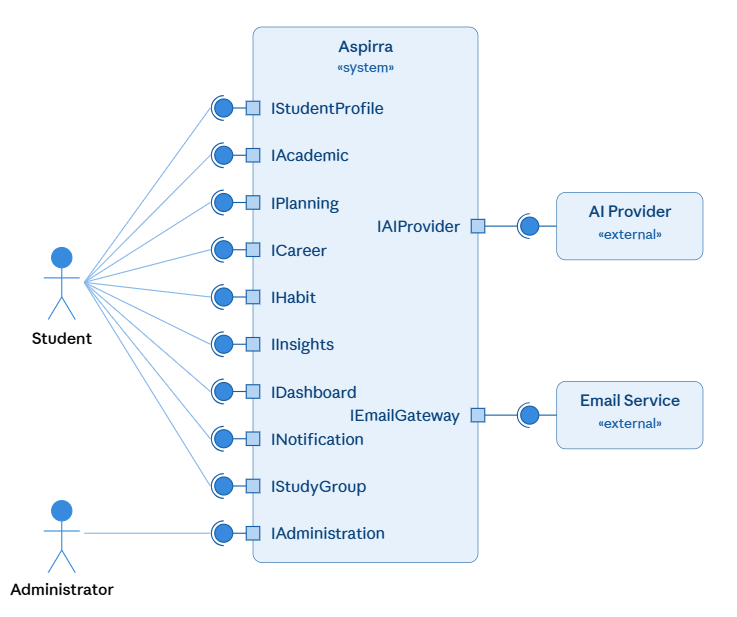
AIU-SoftWave/Aspirra keeps this PlantUML diagram as docs/PM1/Part A — Design/Architecture Diagrams/System Context diagram.png. Above is the earlier version. Its source is kept beside it as docs/PM1/Part A — Design/Architecture Diagrams/System Context diagram.puml. Its diagram source:
```plantuml
@startuml System-Context-Diagram
!include https://raw.githubusercontent.com/plantuml-stdlib/C4-PlantUML/master/C4_Context.puml

LAYOUT_WITH_LEGEND()

title Level 0: System Context Diagram - Aspirra (Student Success & Career Planner)

Person(student, "Student", "Uses Aspirra to manage goals, study plans, schedules, habits, career preparation, and track progress.")
Person(admin, "Administrator", "Manages student accounts, usage statistics, and resolves account issues via the Administration Service.")

System(aspirra, "Aspirra", "A student success and career planner that turns goals into editable plans, schedules, habits, progress tracking, and career preparation. Provides interfaces IStudentProfile, IGoal, ICourse, IAssessment, IGoalPlanner, IStudyPlanner, IScheduling, IAdaptation, ICareer, ISkill, IPortfolio, IJobPrep, IHabit, IAnalytics, IPrediction, ICoach, IDashboard, INotification, IStudyGroup, IAdministration.")

System_Ext(aiProvider, "AI Provider", "External LLM API that provides AI capabilities for plan generation, career roadmaps, coaching, and adaptive planning via IAIProvider.")
System_Ext(emailGateway, "Email Gateway", "External Email Service used to send reminders, warnings, and notifications via IEmailGateway.")

Rel(student, aspirra, "Uses")
Rel(admin, aspirra, "Manages system via")
Rel(aspirra, aiProvider, "Uses AI capabilities via IAIProvider (required)")
Rel(aspirra, emailGateway, "Sends notifications via IEmailGateway (required)")

SHOW_LEGEND()
@enduml
```
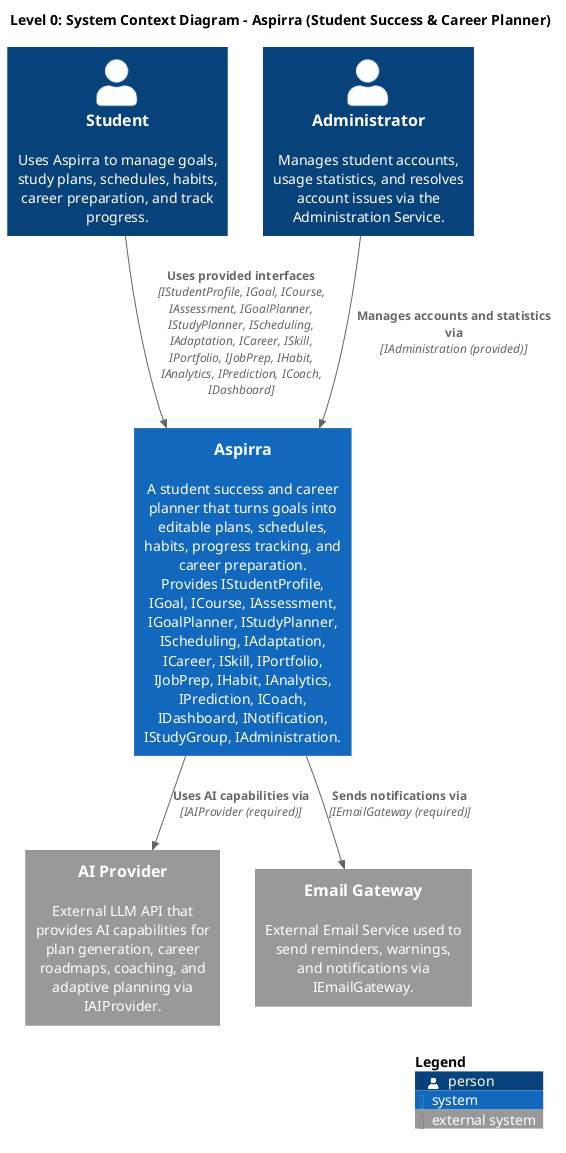
Later version of the same file.

Diff of the diagram source:
```diff
@@ -8,15 +8,15 @@
 Person(student, "Student", "Uses Aspirra to manage goals, study plans, schedules, habits, career preparation, and track progress.")
 Person(admin, "Administrator", "Manages student accounts, usage statistics, and resolves account issues via the Administration Service.")
 
-System(aspirra, "Aspirra", "A student success and career planner that turns goals into editable plans, schedules, habits, progress tracking, and career preparation. Provides interfaces IStudentProfile, IGoal, ICourse, IAssessment, IGoalPlanner, IStudyPlanner, IScheduling, IAdaptation, ICareer, ISkill, IPortfolio, IJobPrep, IHabit, IAnalytics, IPrediction, ICoach, IDashboard, INotification, IStudyGroup, IAdministration.")
+System(aspirra, "Aspirra", "A student success and career planner that turns goals into editable plans, schedules, habits, progress tracking, and career preparation.\nProvides IStudentProfile, IGoal, ICourse, IAssessment, IGoalPlanner, IStudyPlanner, IScheduling, IAdaptation, ICareer, ISkill, IPortfolio, IJobPrep, IHabit, IAnalytics, IPrediction, ICoach, IDashboard, INotification, IStudyGroup, IAdministration.")
 
 System_Ext(aiProvider, "AI Provider", "External LLM API that provides AI capabilities for plan generation, career roadmaps, coaching, and adaptive planning via IAIProvider.")
 System_Ext(emailGateway, "Email Gateway", "External Email Service used to send reminders, warnings, and notifications via IEmailGateway.")
 
-Rel(student, aspirra, "Uses")
-Rel(admin, aspirra, "Manages system via")
-Rel(aspirra, aiProvider, "Uses AI capabilities via IAIProvider (required)")
-Rel(aspirra, emailGateway, "Sends notifications via IEmailGateway (required)")
+Rel(student, aspirra, "Uses provided interfaces", "IStudentProfile, IGoal, ICourse, IAssessment, IGoalPlanner, IStudyPlanner, IScheduling, IAdaptation, ICareer, ISkill, IPortfolio, IJobPrep, IHabit, IAnalytics, IPrediction, ICoach, IDashboard")
+Rel(admin, aspirra, "Manages accounts and statistics via", "IAdministration (provided)")
+Rel(aspirra, aiProvider, "Uses AI capabilities via", "IAIProvider (required)")
+Rel(aspirra, emailGateway, "Sends notifications via", "IEmailGateway (required)")
 
 SHOW_LEGEND()
 @enduml
```
